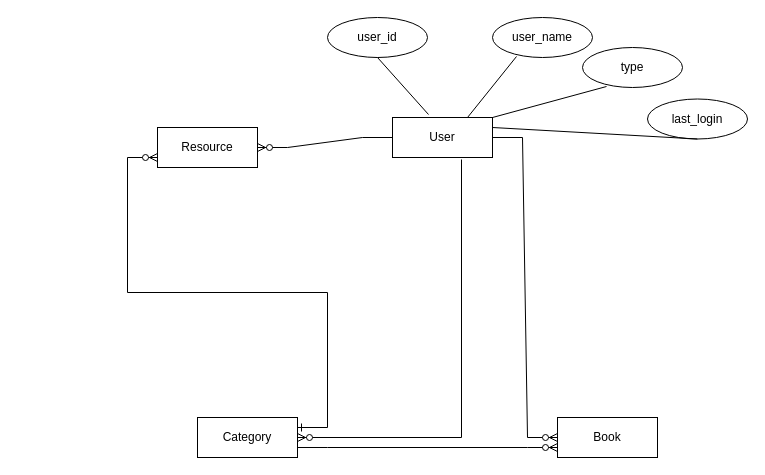
Earlier version of the draw.io diagram ERD_LinkShare.drawio (VinCoD/ERDs). Source tidied: cells renumbered, new cells numbered last; positions are measured from the earlier drawing's top-left corner, leaving out a move shared by most shapes. Both pictures are drawn from the tidied source at 100%, with x=0, y=0 at pixel (157, 17).
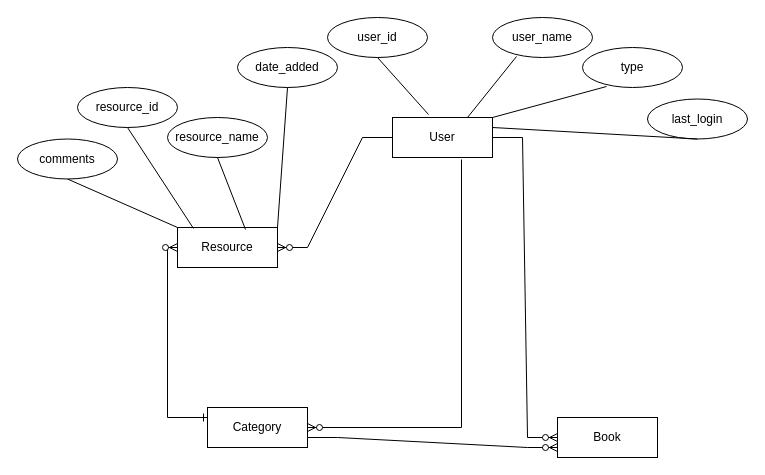
The same diagram, later.

The edit, as a diff of the source:
```diff
@@
     <mxCell id="3" value="Resource" style="whiteSpace=wrap;html=1;align=center;" parent="1" vertex="1">
-      <mxGeometry y="110" width="100" height="40" as="geometry" />
+      <mxGeometry x="20" y="210" width="100" height="40" as="geometry" />
     </mxCell>
@@
     <mxCell id="5" value="Category" style="whiteSpace=wrap;html=1;align=center;" parent="1" vertex="1">
-      <mxGeometry x="40" y="400" width="100" height="40" as="geometry" />
+      <mxGeometry x="50" y="390" width="100" height="40" as="geometry" />
     </mxCell>
@@
-    <mxCell id="9" style="edgeStyle=entityRelationEdgeStyle;fontSize=12;html=1;endArrow=ERzeroToMany;endFill=1;rounded=0;entryX=0;entryY=1;entryDx=0;entryDy=0;startArrow=ERone;startFill=0;exitX=1;exitY=0.25;exitDx=0;exitDy=0;" parent="1" edge="1" source="5">
+    <mxCell id="9" style="edgeStyle=elbowEdgeStyle;fontSize=12;html=1;endArrow=ERzeroToMany;endFill=1;rounded=0;entryX=0;entryY=0.5;entryDx=0;entryDy=0;startArrow=ERone;startFill=0;exitX=0;exitY=0.25;exitDx=0;exitDy=0;" parent="1" edge="1" source="5" target="3">
       <mxGeometry relative="1" as="geometry">
-        <mxPoint y="140" as="targetPoint" />
+        <Array as="points">
+          <mxPoint x="10" y="310" />
+        </Array>
       </mxGeometry>
     </mxCell>
@@
+    <mxCell id="19" value="resource_id" style="ellipse;whiteSpace=wrap;html=1;align=center;" parent="1" vertex="1">
+      <mxGeometry x="-80" y="70" width="100" height="40" as="geometry" />
+    </mxCell>
+    <mxCell id="20" style="endArrow=none;html=1;rounded=0;entryX=0.16;entryY=0.025;entryDx=0;entryDy=0;entryPerimeter=0;exitX=0.5;exitY=1;exitDx=0;exitDy=0;" parent="1" edge="1" source="19" target="3">
+      <mxGeometry relative="1" as="geometry" />
+    </mxCell>
+    <mxCell id="21" value="resource_name" style="ellipse;whiteSpace=wrap;html=1;align=center;" parent="1" vertex="1">
+      <mxGeometry x="10" y="100" width="100" height="40" as="geometry" />
+    </mxCell>
+    <mxCell id="22" style="endArrow=none;html=1;rounded=0;entryX=0.68;entryY=0.05;entryDx=0;entryDy=0;entryPerimeter=0;exitX=0.5;exitY=1;exitDx=0;exitDy=0;" parent="1" edge="1" source="21" target="3">
+      <mxGeometry relative="1" as="geometry" />
+    </mxCell>
+    <mxCell id="23" value="comments" style="ellipse;whiteSpace=wrap;html=1;align=center;" parent="1" vertex="1">
+      <mxGeometry x="-140" y="121.5" width="100" height="40" as="geometry" />
+    </mxCell>
+    <mxCell id="24" style="endArrow=none;html=1;rounded=0;entryX=0;entryY=0;entryDx=0;entryDy=0;exitX=0.5;exitY=1;exitDx=0;exitDy=0;" parent="1" edge="1" source="23" target="3">
+      <mxGeometry relative="1" as="geometry" />
+    </mxCell>
+    <mxCell id="25" value="date_added" style="ellipse;whiteSpace=wrap;html=1;align=center;" parent="1" vertex="1">
+      <mxGeometry x="80" y="30" width="100" height="40" as="geometry" />
+    </mxCell>
+    <mxCell id="26" style="endArrow=none;html=1;rounded=0;entryX=1;entryY=0;entryDx=0;entryDy=0;exitX=0.5;exitY=1;exitDx=0;exitDy=0;" parent="1" edge="1" source="25" target="3">
+      <mxGeometry relative="1" as="geometry" />
+    </mxCell>
```
